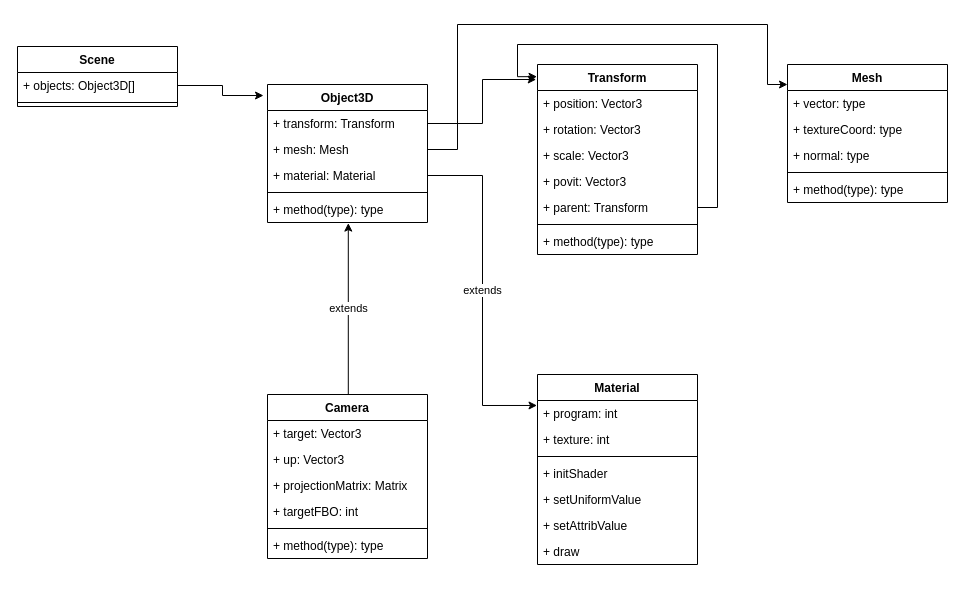
The draw.io diagram docs/uml.drawio in zoozooll/Object3DEngine, before the edit. Source tidied: cells renumbered, new cells numbered last; positions are measured from the earlier drawing's top-left corner, leaving out a move shared by most shapes. Both pictures are drawn from the tidied source at 100%, with x=0, y=0 at pixel (17, 24).
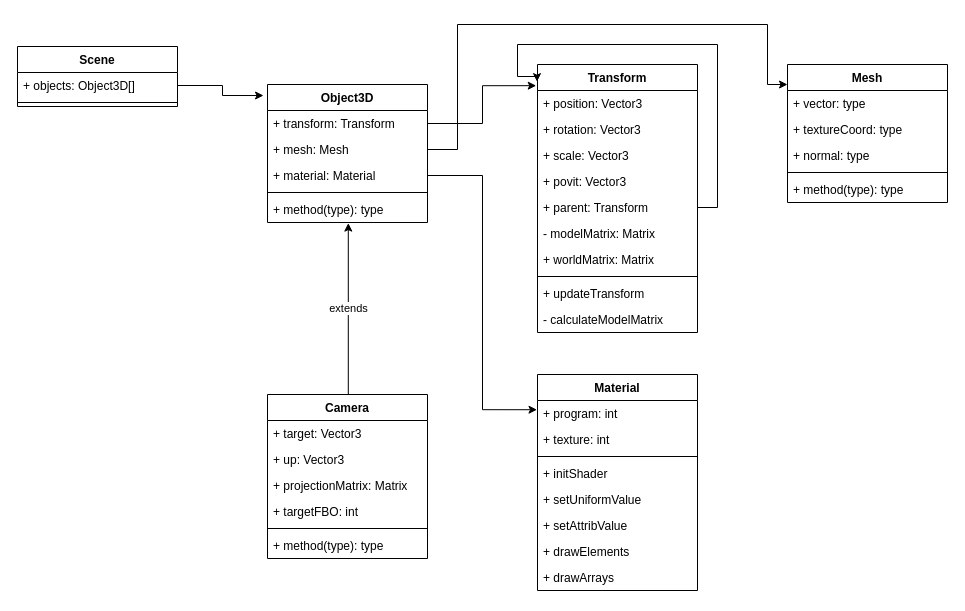
The same diagram, later.

Unchanged cells that the change refers to:
```xml
<mxCell id="5" value="+ material: Material" style="text;strokeColor=none;fillColor=none;align=left;verticalAlign=top;spacingLeft=4;spacingRight=4;overflow=hidden;points=[[0,0.5],[1,0.5]];portConstraint=eastwest;" parent="2" vertex="1">
  <mxGeometry y="78" width="160" height="26" as="geometry" />
</mxCell>
```

What changed in the source:
```diff
@@
     <mxCell id="8" value="Transform" style="swimlane;fontStyle=1;align=center;verticalAlign=top;horizontal=1;startSize=26;" parent="1" vertex="1">
-      <mxGeometry x="520" y="40" width="160" height="190" as="geometry" />
+      <mxGeometry x="520" y="40" width="160" height="268" as="geometry" />
     </mxCell>
@@
+    <mxCell id="46" value="- modelMatrix: Matrix" style="text;strokeColor=none;fillColor=none;align=left;verticalAlign=top;spacingLeft=4;spacingRight=4;overflow=hidden;" parent="8" vertex="1">
+      <mxGeometry y="156" width="160" height="26" as="geometry" />
+    </mxCell>
+    <mxCell id="47" value="+ worldMatrix: Matrix" style="text;strokeColor=none;fillColor=none;align=left;verticalAlign=top;spacingLeft=4;spacingRight=4;overflow=hidden;" parent="8" vertex="1">
+      <mxGeometry y="182" width="160" height="26" as="geometry" />
+    </mxCell>
     <mxCell id="14" style="line;strokeWidth=1;fillColor=none;align=left;verticalAlign=middle;spacingTop=-1;spacingLeft=3;spacingRight=3;labelPosition=right;" parent="8" vertex="1">
-      <mxGeometry y="156" width="160" height="8" as="geometry" />
+      <mxGeometry y="208" width="160" height="8" as="geometry" />
     </mxCell>
-    <mxCell id="15" value="+ method(type): type" style="text;strokeColor=none;fillColor=none;align=left;verticalAlign=top;spacingLeft=4;spacingRight=4;overflow=hidden;" parent="8" vertex="1">
-      <mxGeometry y="164" width="160" height="26" as="geometry" />
+    <mxCell id="15" value="+ updateTransform" style="text;strokeColor=none;fillColor=none;align=left;verticalAlign=top;spacingLeft=4;spacingRight=4;overflow=hidden;" parent="8" vertex="1">
+      <mxGeometry y="216" width="160" height="26" as="geometry" />
     </mxCell>
@@
+    <mxCell id="48" value="- calculateModelMatrix" style="text;strokeColor=none;fillColor=none;align=left;verticalAlign=top;spacingLeft=4;spacingRight=4;overflow=hidden;" parent="8" vertex="1">
+      <mxGeometry y="242" width="160" height="26" as="geometry" />
+    </mxCell>
@@
     <mxCell id="23" value="Material" style="swimlane;fontStyle=1;align=center;verticalAlign=top;horizontal=1;startSize=26;" parent="1" vertex="1">
-      <mxGeometry x="520" y="350" width="160" height="190" as="geometry" />
+      <mxGeometry x="520" y="350" width="160" height="216" as="geometry" />
     </mxCell>
@@
-    <mxCell id="30" value="+ draw" style="text;strokeColor=none;fillColor=none;align=left;verticalAlign=top;spacingLeft=4;spacingRight=4;overflow=hidden;" parent="23" vertex="1">
+    <mxCell id="30" value="+ drawElements" style="text;strokeColor=none;fillColor=none;align=left;verticalAlign=top;spacingLeft=4;spacingRight=4;overflow=hidden;" parent="23" vertex="1">
       <mxGeometry y="164" width="160" height="26" as="geometry" />
     </mxCell>
+    <mxCell id="49" value="+ drawArrays" style="text;strokeColor=none;fillColor=none;align=left;verticalAlign=top;spacingLeft=4;spacingRight=4;overflow=hidden;" parent="23" vertex="1">
+      <mxGeometry y="190" width="160" height="26" as="geometry" />
+    </mxCell>
@@
-    <mxCell id="33" value="extends" style="edgeStyle=orthogonalEdgeStyle;rounded=0;jettySize=auto;html=1;entryX=-0.003;entryY=0.163;entryDx=0;entryDy=0;entryPerimeter=0;" parent="1" edge="1" source="5" target="23">
+    <mxCell id="33" style="edgeStyle=orthogonalEdgeStyle;rounded=0;jettySize=auto;html=1;entryX=-0.003;entryY=0.163;entryDx=0;entryDy=0;entryPerimeter=0;" parent="1" edge="1" source="5" target="23">
       <mxGeometry relative="1" as="geometry" />
     </mxCell>
```
